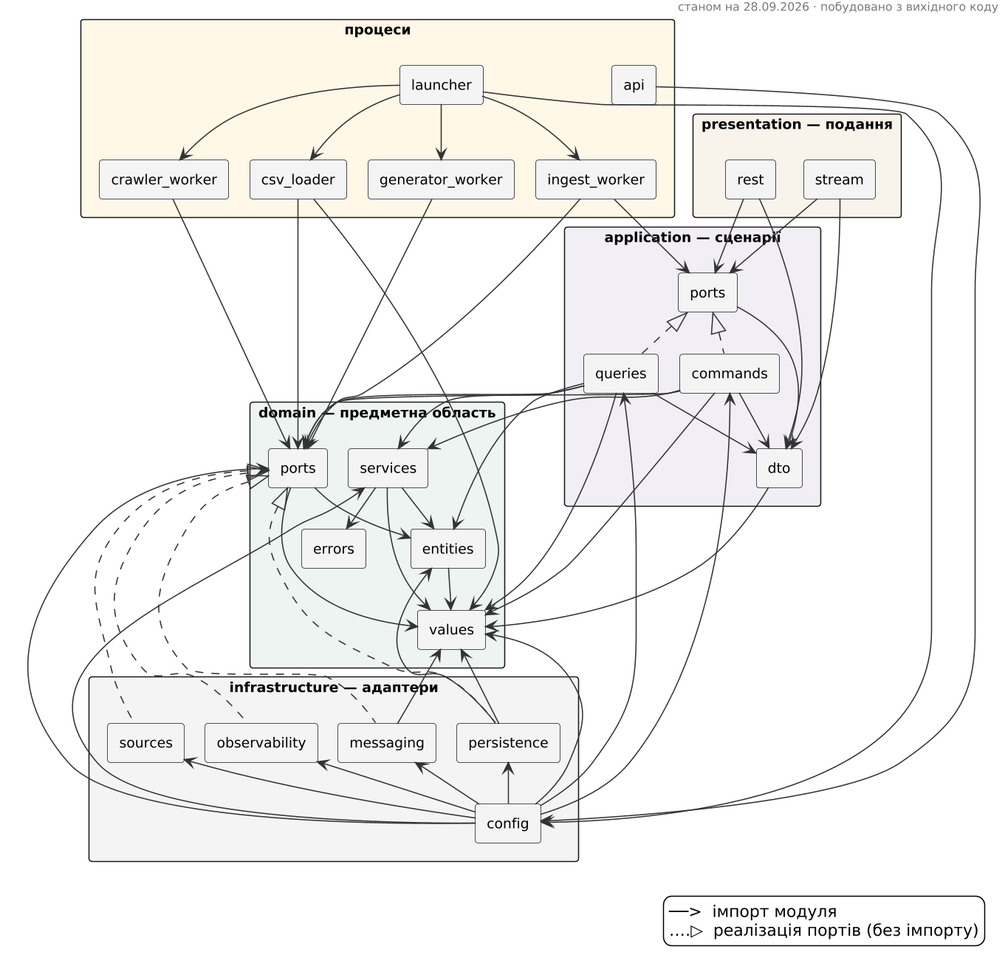
Oleksiiska/DB_coursework_D-D keeps this PlantUML diagram as docs/diagrams/01-modules.png. Above is the earlier version.
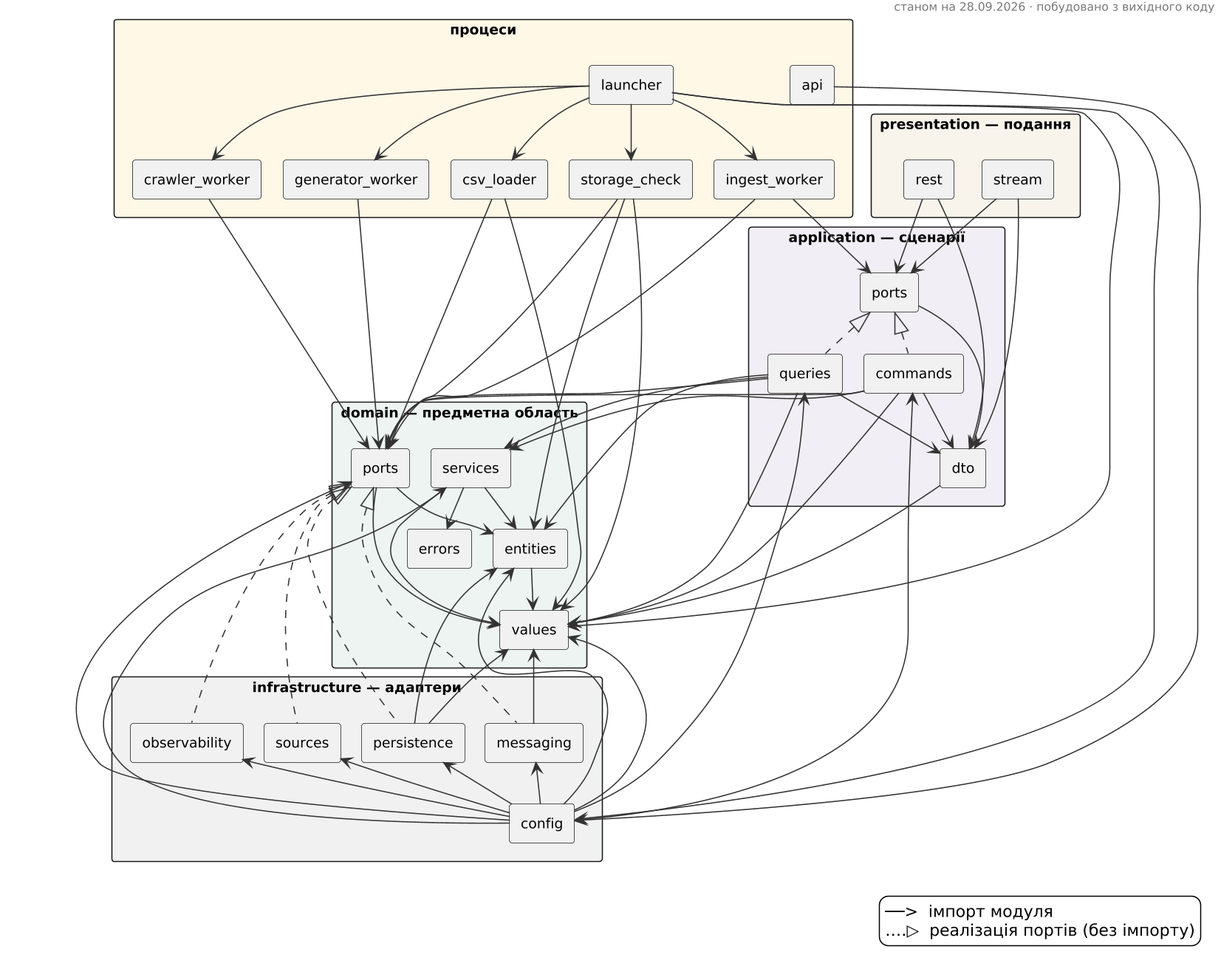
The same file after the commit.

The edit, as a diff of the source:
```diff
@@ -22,6 +22,7 @@
   component "generator_worker" as m_processes_generator_worker
   component "ingest_worker" as m_processes_ingest_worker
   component "launcher" as m_processes_launcher
+  component "storage_check" as m_processes_storage_check
 }
 package "presentation — подання" #F8F4EC {
   component "rest" as m_presentation_rest
@@ -66,6 +67,7 @@
 m_domain_services --> m_domain_values
 m_application_commands <-- m_infrastructure_config
 m_application_queries <-- m_infrastructure_config
+m_domain_entities <-- m_infrastructure_config
 m_domain_ports <-- m_infrastructure_config
 m_domain_services <-- m_infrastructure_config
 m_domain_values <-- m_infrastructure_config
@@ -87,11 +89,16 @@
 m_processes_generator_worker --> m_domain_ports
 m_processes_ingest_worker --> m_application_ports
 m_processes_ingest_worker --> m_domain_ports
+m_processes_launcher --> m_domain_values
 m_processes_launcher --> m_infrastructure_config
 m_processes_launcher --> m_processes_crawler_worker
 m_processes_launcher --> m_processes_csv_loader
 m_processes_launcher --> m_processes_generator_worker
 m_processes_launcher --> m_processes_ingest_worker
+m_processes_launcher --> m_processes_storage_check
+m_processes_storage_check --> m_domain_entities
+m_processes_storage_check --> m_domain_ports
+m_processes_storage_check --> m_domain_values
 m_application_ports <|.. m_application_commands
 m_application_ports <|.. m_application_queries
 m_domain_ports <|.. m_infrastructure_messaging
```
